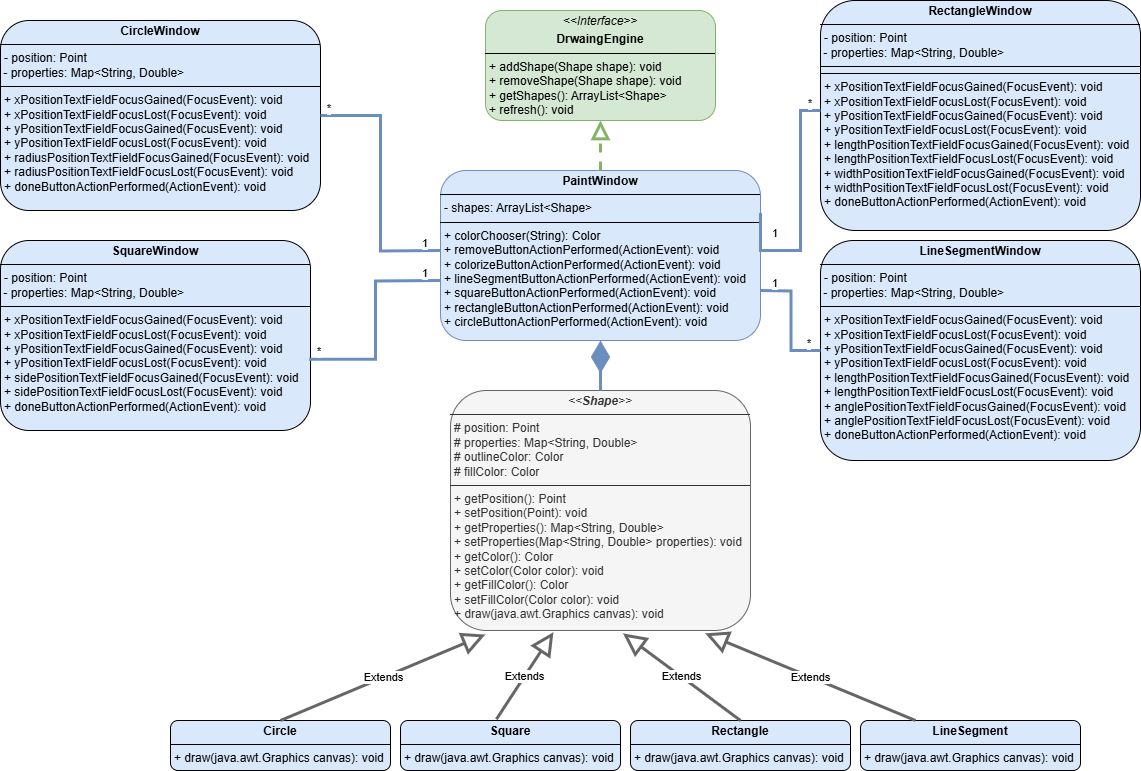
Above: PaintUML.drawio.png in Youssef-Keshk/Mini-Paint (draw.io), before the change. Source tidied: cells renumbered, new cells last; positions are measured from the earlier drawing's top-left corner, leaving out a move shared by most shapes.
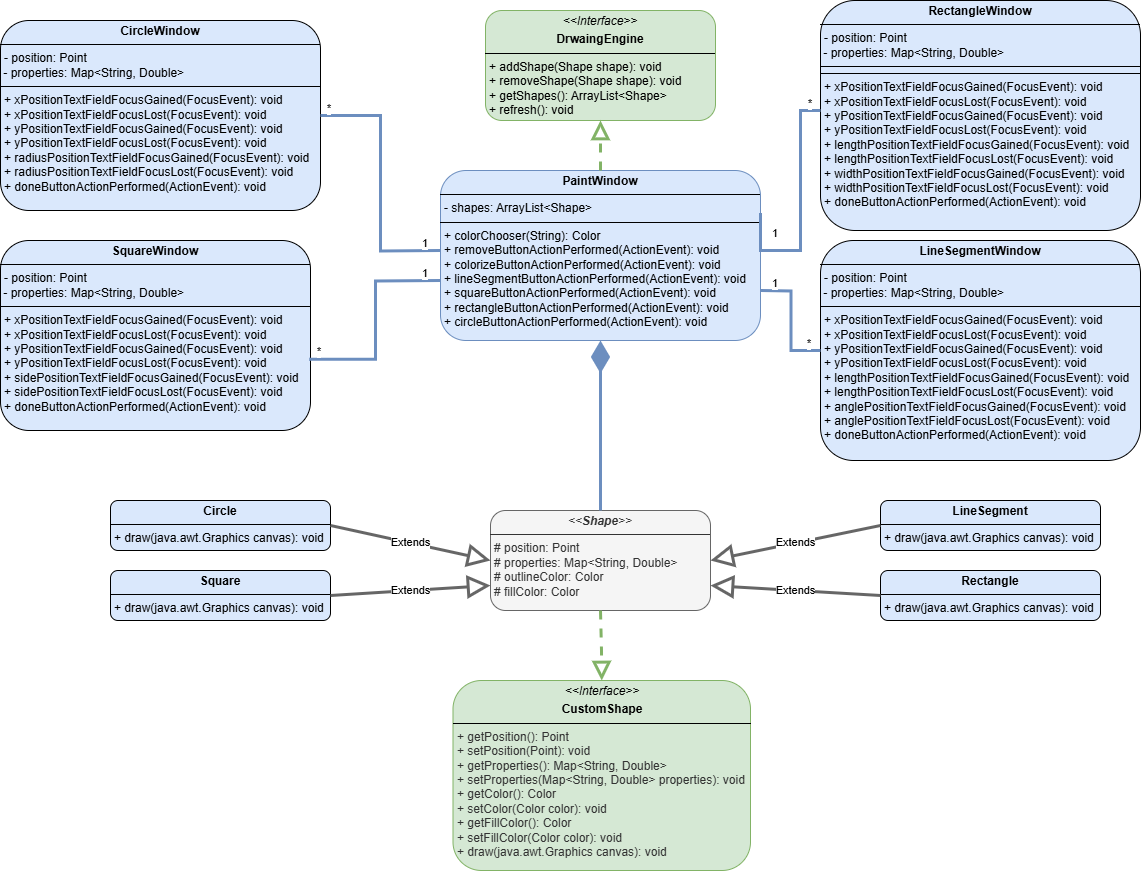
The same file after the commit.

Change to the diagram source:
```diff
@@ -3,33 +3,33 @@
     <mxCell id="0" />
     <mxCell id="1" parent="0" />
     <mxCell id="2" value="&lt;p style=&quot;margin:0px;margin-top:4px;text-align:center;&quot;&gt;&lt;b&gt;LineSegment&lt;/b&gt;&lt;/p&gt;&lt;hr size=&quot;1&quot; style=&quot;border-style:solid;&quot;&gt;&lt;p style=&quot;margin:0px;margin-left:4px;&quot;&gt;&lt;/p&gt;&lt;p style=&quot;margin:0px;margin-left:4px;&quot;&gt;+ draw(java.awt.Graphics c&lt;span style=&quot;background-color: initial;&quot;&gt;anvas): void&lt;/span&gt;&lt;/p&gt;" style="verticalAlign=top;align=left;overflow=fill;html=1;whiteSpace=wrap;rounded=1;fillColor=#dae8fc;strokeColor=default;gradientColor=none;" parent="1" vertex="1">
-      <mxGeometry x="860" y="720" width="220" height="50" as="geometry" />
+      <mxGeometry x="880" y="500" width="220" height="50" as="geometry" />
     </mxCell>
     <mxCell id="3" value="&lt;p style=&quot;margin:0px;margin-top:4px;text-align:center;&quot;&gt;&lt;i&gt;&amp;lt;&amp;lt;Interface&lt;/i&gt;&lt;i&gt;&amp;gt;&amp;gt;&lt;/i&gt;&lt;/p&gt;&lt;p style=&quot;margin:0px;margin-top:4px;text-align:center;&quot;&gt;&lt;b&gt;DrwaingEngine&lt;/b&gt;&lt;i&gt;&lt;/i&gt;&lt;/p&gt;&lt;hr size=&quot;1&quot; style=&quot;border-style:solid;&quot;&gt;&lt;p style=&quot;margin:0px;margin-left:4px;&quot;&gt;+ addShape(Shape shape): void&lt;br&gt;+ removeShape(Shape shape): void&lt;/p&gt;&lt;p style=&quot;margin:0px;margin-left:4px;&quot;&gt;+ getShapes():&amp;nbsp;&lt;span style=&quot;background-color: initial;&quot;&gt;ArrayList&amp;lt;Shape&amp;gt;&lt;/span&gt;&lt;/p&gt;&lt;p style=&quot;margin:0px;margin-left:4px;&quot;&gt;+ refresh(&lt;span style=&quot;background-color: initial;&quot;&gt;): void&lt;/span&gt;&lt;/p&gt;" style="verticalAlign=top;align=left;overflow=fill;html=1;whiteSpace=wrap;rounded=1;glass=0;shadow=0;fillColor=#d5e8d4;strokeColor=#82b366;fillStyle=auto;" parent="1" vertex="1">
       <mxGeometry x="485" y="10" width="230" height="110" as="geometry" />
     </mxCell>
     <mxCell id="4" value="&lt;p style=&quot;margin:0px;margin-top:4px;text-align:center;&quot;&gt;&lt;b&gt;Rectangle&lt;/b&gt;&lt;/p&gt;&lt;hr size=&quot;1&quot; style=&quot;border-style:solid;&quot;&gt;&lt;p style=&quot;margin:0px;margin-left:4px;&quot;&gt;+ draw(java.awt.Graphics c&lt;span style=&quot;background-color: initial;&quot;&gt;anvas): void&lt;/span&gt;&lt;/p&gt;&lt;p style=&quot;margin:0px;margin-left:4px;&quot;&gt;&lt;br&gt;&lt;/p&gt;" style="verticalAlign=top;align=left;overflow=fill;html=1;whiteSpace=wrap;rounded=1;fillColor=#dae8fc;strokeColor=default;gradientColor=none;" parent="1" vertex="1">
-      <mxGeometry x="630" y="720" width="220" height="50" as="geometry" />
+      <mxGeometry x="880" y="570" width="220" height="50" as="geometry" />
     </mxCell>
     <mxCell id="5" value="&lt;p style=&quot;margin:0px;margin-top:4px;text-align:center;&quot;&gt;&lt;b&gt;Square&lt;/b&gt;&lt;/p&gt;&lt;hr size=&quot;1&quot; style=&quot;border-style:solid;&quot;&gt;&lt;p style=&quot;margin:0px;margin-left:4px;&quot;&gt;&lt;/p&gt;&lt;p style=&quot;margin:0px;margin-left:4px;&quot;&gt;+ draw(java.awt.Graphics c&lt;span style=&quot;background-color: initial;&quot;&gt;anvas): void&lt;/span&gt;&lt;/p&gt;" style="verticalAlign=top;align=left;overflow=fill;html=1;whiteSpace=wrap;rounded=1;fillColor=#dae8fc;strokeColor=default;gradientColor=none;" parent="1" vertex="1">
-      <mxGeometry x="400" y="720" width="220" height="50" as="geometry" />
+      <mxGeometry x="110" y="570" width="220" height="50" as="geometry" />
     </mxCell>
     <mxCell id="6" value="&lt;p style=&quot;margin:0px;margin-top:4px;text-align:center;&quot;&gt;&lt;b&gt;Circle&lt;/b&gt;&lt;/p&gt;&lt;hr size=&quot;1&quot; style=&quot;border-style:solid;&quot;&gt;&lt;p style=&quot;margin:0px;margin-left:4px;&quot;&gt;+ draw(java.awt.Graphics c&lt;span style=&quot;background-color: initial;&quot;&gt;anvas): void&lt;/span&gt;&lt;/p&gt;" style="verticalAlign=top;align=left;overflow=fill;html=1;whiteSpace=wrap;rounded=1;fillColor=#dae8fc;strokeColor=default;gradientColor=none;" parent="1" vertex="1">
-      <mxGeometry x="170" y="720" width="220" height="50" as="geometry" />
+      <mxGeometry x="110" y="500" width="220" height="50" as="geometry" />
     </mxCell>
-    <mxCell id="7" value="&lt;p style=&quot;margin:0px;margin-top:4px;text-align:center;&quot;&gt;&lt;i&gt;&amp;lt;&amp;lt;&lt;/i&gt;&lt;i&gt;&lt;b&gt;Shape&lt;/b&gt;&lt;/i&gt;&lt;i&gt;&amp;gt;&amp;gt;&lt;/i&gt;&lt;br&gt;&lt;/p&gt;&lt;hr size=&quot;1&quot; style=&quot;border-style:solid;&quot;&gt;&lt;p style=&quot;margin: 0px 0px 0px 4px;&quot;&gt;# position: Point&lt;br&gt;# properties: Map&amp;lt;String, Double&amp;gt;&lt;/p&gt;&lt;p style=&quot;margin: 0px 0px 0px 4px;&quot;&gt;# outlineColor: Color&lt;/p&gt;&lt;p style=&quot;margin: 0px 0px 0px 4px;&quot;&gt;# fillColor: Color&lt;/p&gt;&lt;hr size=&quot;1&quot; style=&quot;border-style:solid;&quot;&gt;&lt;p style=&quot;margin: 0px 0px 0px 4px;&quot;&gt;+ getPosition(): Point&lt;/p&gt;&lt;p style=&quot;margin: 0px 0px 0px 4px;&quot;&gt;+ setPosition(&lt;span style=&quot;background-color: initial;&quot;&gt;Point&lt;/span&gt;&lt;span style=&quot;background-color: initial;&quot;&gt;): void&lt;/span&gt;&lt;/p&gt;&lt;p style=&quot;margin: 0px 0px 0px 4px;&quot;&gt;+ getProperties(): Map&amp;lt;String, Double&amp;gt;&lt;/p&gt;&lt;p style=&quot;margin: 0px 0px 0px 4px;&quot;&gt;+ setProperties(Map&amp;lt;String, Double&amp;gt; properties): void&lt;/p&gt;&lt;p style=&quot;margin: 0px 0px 0px 4px;&quot;&gt;+ getColor(): Color&lt;/p&gt;&lt;p style=&quot;margin: 0px 0px 0px 4px;&quot;&gt;+ setColor(Color color): void&lt;/p&gt;&lt;p style=&quot;margin: 0px 0px 0px 4px;&quot;&gt;+ getFillColor(): Color&lt;/p&gt;&lt;p style=&quot;margin: 0px 0px 0px 4px;&quot;&gt;+ setFillColor(Color color): void&lt;/p&gt;&lt;p style=&quot;margin: 0px 0px 0px 4px;&quot;&gt;+ draw(java.awt.Graphics c&lt;span style=&quot;background-color: initial;&quot;&gt;anvas): void&lt;/span&gt;&lt;/p&gt;" style="verticalAlign=top;align=left;overflow=fill;html=1;whiteSpace=wrap;rounded=1;fillColor=#f5f5f5;strokeColor=#666666;fontColor=#333333;" parent="1" vertex="1">
-      <mxGeometry x="450" y="390" width="300" height="240" as="geometry" />
+    <mxCell id="7" value="&lt;p style=&quot;margin:0px;margin-top:4px;text-align:center;&quot;&gt;&lt;i&gt;&amp;lt;&amp;lt;&lt;/i&gt;&lt;i&gt;&lt;b&gt;Shape&lt;/b&gt;&lt;/i&gt;&lt;i&gt;&amp;gt;&amp;gt;&lt;/i&gt;&lt;br&gt;&lt;/p&gt;&lt;hr size=&quot;1&quot; style=&quot;border-style:solid;&quot;&gt;&lt;p style=&quot;margin: 0px 0px 0px 4px;&quot;&gt;# position: Point&lt;br&gt;# properties: Map&amp;lt;String, Double&amp;gt;&lt;/p&gt;&lt;p style=&quot;margin: 0px 0px 0px 4px;&quot;&gt;# outlineColor: Color&lt;/p&gt;&lt;p style=&quot;margin: 0px 0px 0px 4px;&quot;&gt;# fillColor: Color&lt;/p&gt;" style="verticalAlign=top;align=left;overflow=fill;html=1;whiteSpace=wrap;rounded=1;fillColor=#f5f5f5;strokeColor=#666666;fontColor=#333333;" parent="1" vertex="1">
+      <mxGeometry x="490" y="510" width="220" height="100" as="geometry" />
     </mxCell>
-    <mxCell id="8" value="Extends" style="endArrow=block;endSize=16;endFill=0;html=1;rounded=0;exitX=0.5;exitY=0;exitDx=0;exitDy=0;entryX=0.116;entryY=1.017;entryDx=0;entryDy=0;entryPerimeter=0;fillColor=#f5f5f5;strokeColor=#666666;curved=0;strokeWidth=3;" parent="1" edge="1" source="6" target="7">
+    <mxCell id="8" value="Extends" style="endArrow=block;endSize=16;endFill=0;html=1;rounded=0;exitX=1;exitY=0.5;exitDx=0;exitDy=0;entryX=0;entryY=0.5;entryDx=0;entryDy=0;fillColor=#f5f5f5;strokeColor=#666666;curved=0;strokeWidth=3;" parent="1" edge="1" source="6" target="7">
       <mxGeometry relative="1" as="geometry" />
     </mxCell>
-    <mxCell id="9" value="Extends" style="endArrow=block;endSize=16;endFill=0;html=1;rounded=0;exitX=0.25;exitY=0;exitDx=0;exitDy=0;entryX=0.849;entryY=1.012;entryDx=0;entryDy=0;entryPerimeter=0;fillColor=#f5f5f5;strokeColor=#666666;curved=0;strokeWidth=3;" parent="1" edge="1" source="2" target="7">
+    <mxCell id="9" value="Extends" style="endArrow=block;endSize=16;endFill=0;html=1;rounded=0;exitX=0;exitY=0.5;exitDx=0;exitDy=0;entryX=1;entryY=0.5;entryDx=0;entryDy=0;fillColor=#f5f5f5;strokeColor=#666666;curved=0;strokeWidth=3;" parent="1" edge="1" source="2" target="7">
       <mxGeometry relative="1" as="geometry" />
     </mxCell>
-    <mxCell id="10" value="Extends" style="endArrow=block;endSize=16;endFill=0;html=1;rounded=0;exitX=0.5;exitY=0;exitDx=0;exitDy=0;entryX=0.575;entryY=1.012;entryDx=0;entryDy=0;entryPerimeter=0;fillColor=#f5f5f5;strokeColor=#666666;curved=0;strokeWidth=3;" parent="1" edge="1" source="4" target="7">
+    <mxCell id="10" value="Extends" style="endArrow=block;endSize=16;endFill=0;html=1;rounded=0;exitX=0;exitY=0.5;exitDx=0;exitDy=0;entryX=1;entryY=0.75;entryDx=0;entryDy=0;fillColor=#f5f5f5;strokeColor=#666666;curved=0;strokeWidth=3;" parent="1" edge="1" source="4" target="7">
       <mxGeometry relative="1" as="geometry" />
     </mxCell>
-    <mxCell id="11" value="Extends" style="endArrow=block;endSize=16;endFill=0;html=1;rounded=0;exitX=0.436;exitY=-0.025;exitDx=0;exitDy=0;exitPerimeter=0;entryX=0.343;entryY=1.007;entryDx=0;entryDy=0;entryPerimeter=0;fillColor=#f5f5f5;strokeColor=#666666;curved=0;strokeWidth=3;" parent="1" edge="1" source="5" target="7">
+    <mxCell id="11" value="Extends" style="endArrow=block;endSize=16;endFill=0;html=1;rounded=0;exitX=1;exitY=0.5;exitDx=0;exitDy=0;entryX=0;entryY=0.75;entryDx=0;entryDy=0;fillColor=#f5f5f5;strokeColor=#666666;curved=0;strokeWidth=3;" parent="1" edge="1" source="5" target="7">
       <mxGeometry relative="1" as="geometry" />
     </mxCell>
     <mxCell id="12" style="endArrow=diamondThin;endFill=1;endSize=24;html=1;rounded=0;exitX=0.5;exitY=0;exitDx=0;exitDy=0;fillColor=#dae8fc;strokeColor=#6c8ebf;strokeWidth=3;" parent="1" edge="1" source="7">
@@ -120,5 +120,15 @@
         <mxPoint x="12" as="offset" />
       </mxGeometry>
     </mxCell>
+    <mxCell id="31" value="&lt;p style=&quot;margin:0px;margin-top:4px;text-align:center;&quot;&gt;&lt;i&gt;&amp;lt;&amp;lt;Interface&lt;/i&gt;&lt;i&gt;&amp;gt;&amp;gt;&lt;/i&gt;&lt;/p&gt;&lt;p style=&quot;margin:0px;margin-top:4px;text-align:center;&quot;&gt;&lt;b&gt;CustomShape&lt;/b&gt;&lt;i&gt;&lt;/i&gt;&lt;/p&gt;&lt;hr size=&quot;1&quot; style=&quot;border-style:solid;&quot;&gt;&lt;p style=&quot;color: rgb(51, 51, 51); margin: 0px 0px 0px 4px;&quot;&gt;+ getPosition(): Point&lt;/p&gt;&lt;p style=&quot;color: rgb(51, 51, 51); margin: 0px 0px 0px 4px;&quot;&gt;+ setPosition(&lt;span style=&quot;background-color: initial;&quot;&gt;Point&lt;/span&gt;&lt;span style=&quot;background-color: initial;&quot;&gt;): void&lt;/span&gt;&lt;/p&gt;&lt;p style=&quot;color: rgb(51, 51, 51); margin: 0px 0px 0px 4px;&quot;&gt;+ getProperties(): Map&amp;lt;String, Double&amp;gt;&lt;/p&gt;&lt;p style=&quot;color: rgb(51, 51, 51); margin: 0px 0px 0px 4px;&quot;&gt;+ setProperties(Map&amp;lt;String, Double&amp;gt; properties): void&lt;/p&gt;&lt;p style=&quot;color: rgb(51, 51, 51); margin: 0px 0px 0px 4px;&quot;&gt;+ getColor(): Color&lt;/p&gt;&lt;p style=&quot;color: rgb(51, 51, 51); margin: 0px 0px 0px 4px;&quot;&gt;+ setColor(Color color): void&lt;/p&gt;&lt;p style=&quot;color: rgb(51, 51, 51); margin: 0px 0px 0px 4px;&quot;&gt;+ getFillColor(): Color&lt;/p&gt;&lt;p style=&quot;color: rgb(51, 51, 51); margin: 0px 0px 0px 4px;&quot;&gt;+ setFillColor(Color color): void&lt;/p&gt;&lt;p style=&quot;color: rgb(51, 51, 51); margin: 0px 0px 0px 4px;&quot;&gt;+ draw(java.awt.Graphics c&lt;span style=&quot;background-color: initial;&quot;&gt;anvas): void&lt;/span&gt;&lt;/p&gt;" style="verticalAlign=top;align=left;overflow=fill;html=1;whiteSpace=wrap;rounded=1;glass=0;shadow=0;fillColor=#d5e8d4;strokeColor=#82b366;fillStyle=auto;" parent="1" vertex="1">
+      <mxGeometry x="452.5" y="680" width="297.5" height="190" as="geometry" />
+    </mxCell>
+    <mxCell id="32" style="endArrow=block;dashed=1;endFill=0;endSize=12;html=1;rounded=0;fillColor=#d5e8d4;strokeColor=#82b366;curved=0;strokeWidth=3;exitX=0.5;exitY=1;exitDx=0;exitDy=0;entryX=0.5;entryY=0;entryDx=0;entryDy=0;" parent="1" edge="1" source="7" target="31">
+      <mxGeometry relative="1" as="geometry">
+        <Array as="points">
+          <mxPoint x="601" y="650" />
+        </Array>
+      </mxGeometry>
+    </mxCell>
   </root>
 </mxGraphModel>
```
